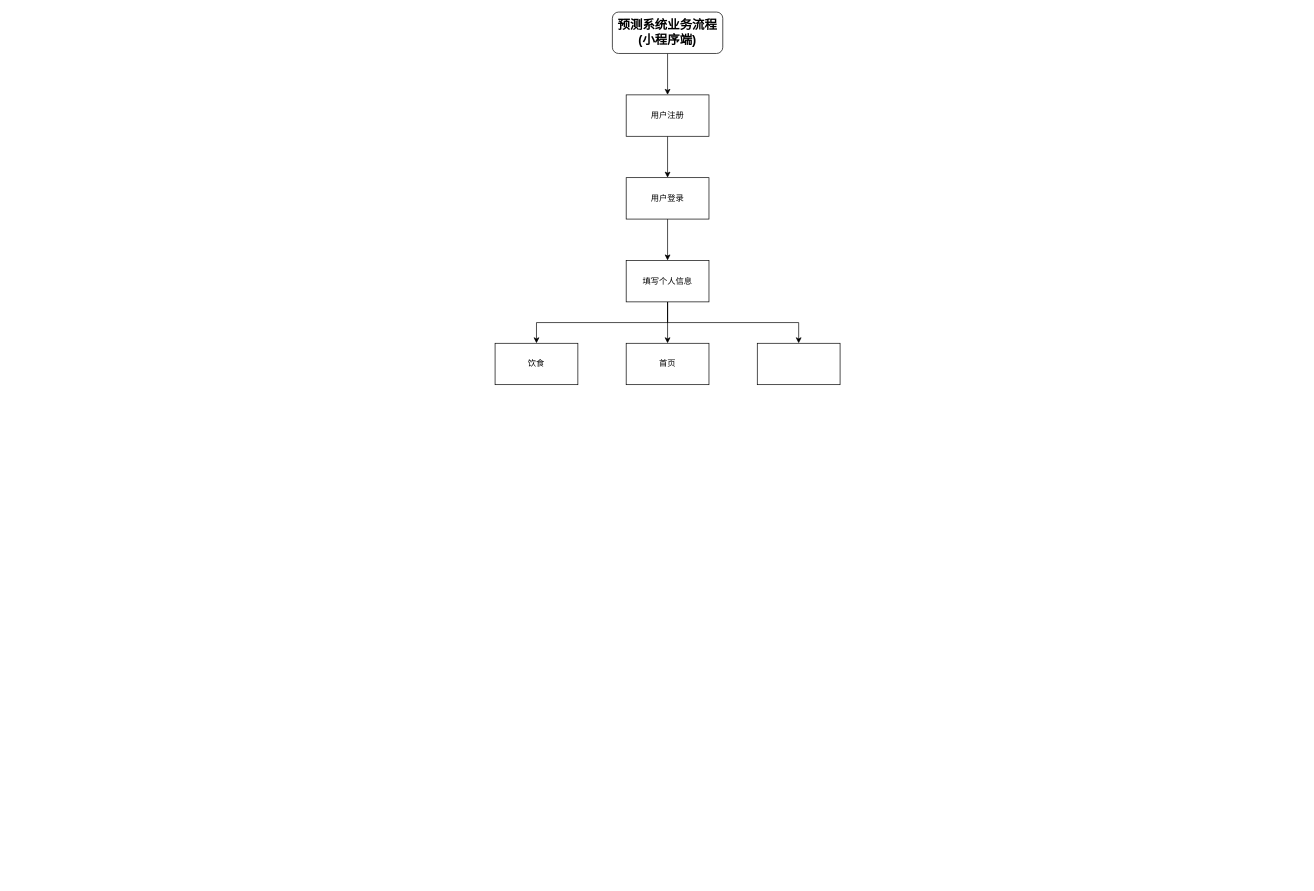
18501426092/18501426092 keeps this draw.io diagram as 未命名绘图.drawio. Above is the earlier version. Source tidied: cells renumbered, new cells numbered last; positions are measured from the earlier drawing's top-left corner, leaving out a move shared by most shapes. Both pictures are drawn from the tidied source at 69%, with x=0, y=0 at pixel (495, 12).
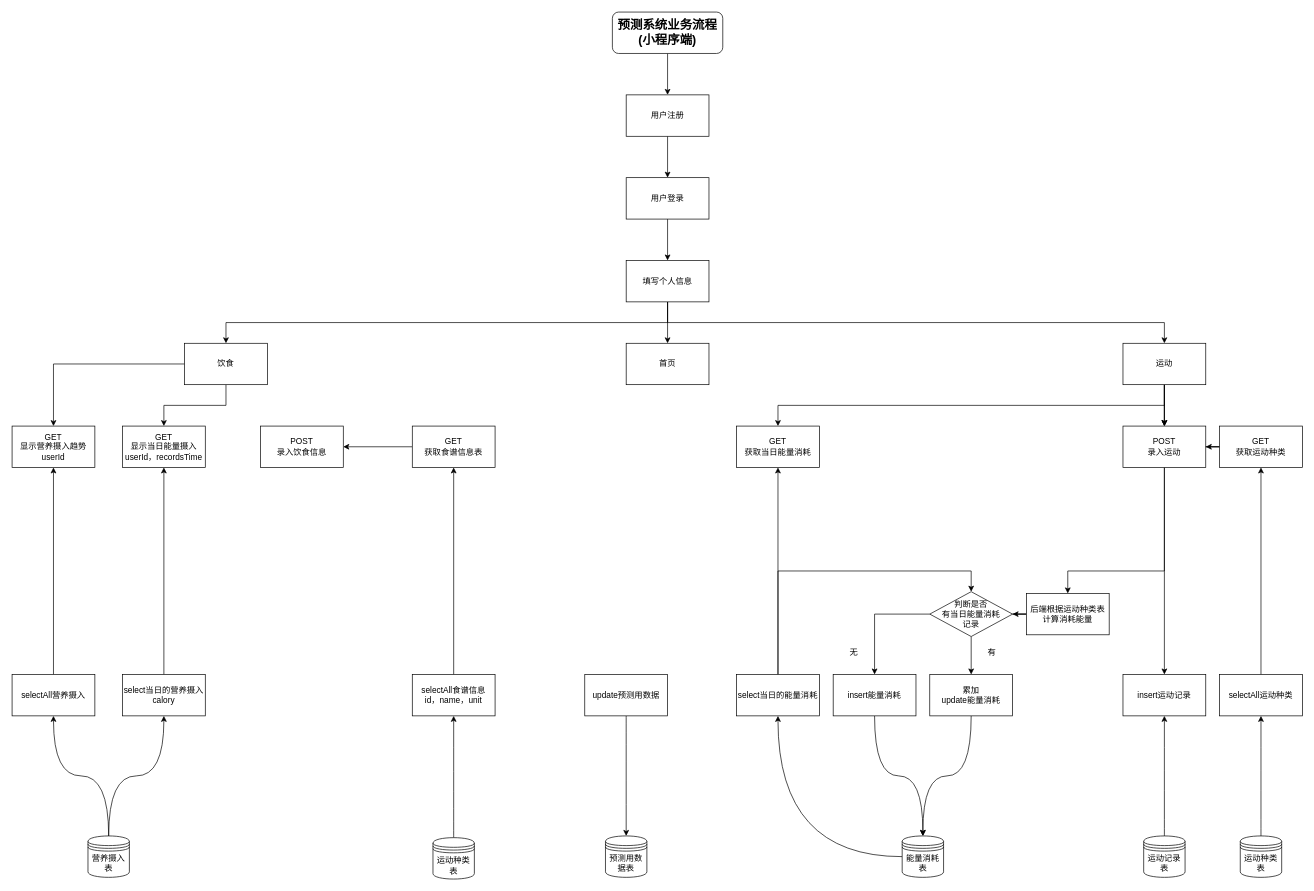
The same page after the edit.

Commit message (it also covers changes not shown here):
更新未命名绘图.drawio

Diff of the diagram source:
```diff
@@
+    <mxCell id="15" style="edgeStyle=orthogonalEdgeStyle;rounded=0;jettySize=auto;html=1;" parent="1" edge="1" source="11" target="21">
+      <mxGeometry relative="1" as="geometry" />
+    </mxCell>
+    <mxCell id="16" style="edgeStyle=orthogonalEdgeStyle;rounded=0;jettySize=auto;html=1;" parent="1" edge="1" source="11" target="24">
+      <mxGeometry relative="1" as="geometry" />
+    </mxCell>
     <mxCell id="11" value="饮食" style="rounded=0;whiteSpace=wrap;html=1;" parent="1" vertex="1">
-      <mxGeometry y="480" width="120" height="60" as="geometry" />
+      <mxGeometry x="-450" y="480" width="120" height="60" as="geometry" />
     </mxCell>
@@
+    <mxCell id="17" style="edgeStyle=orthogonalEdgeStyle;rounded=0;jettySize=auto;html=1;" parent="1" edge="1" source="14" target="32">
+      <mxGeometry relative="1" as="geometry" />
+    </mxCell>
+    <mxCell id="18" style="edgeStyle=orthogonalEdgeStyle;rounded=0;jettySize=auto;html=1;" parent="1" edge="1" source="14" target="32">
+      <mxGeometry relative="1" as="geometry" />
+    </mxCell>
+    <mxCell id="19" style="edgeStyle=orthogonalEdgeStyle;rounded=0;jettySize=auto;html=1;" parent="1" edge="1" source="14" target="32">
+      <mxGeometry relative="1" as="geometry" />
+    </mxCell>
+    <mxCell id="20" style="edgeStyle=orthogonalEdgeStyle;rounded=0;jettySize=auto;html=1;entryX=0.5;entryY=0;entryDx=0;entryDy=0;" parent="1" edge="1" source="14" target="58">
+      <mxGeometry relative="1" as="geometry">
+        <Array as="points">
+          <mxPoint x="970" y="570" />
+          <mxPoint x="410" y="570" />
+        </Array>
+      </mxGeometry>
+    </mxCell>
-    <mxCell id="14" style="rounded=0;whiteSpace=wrap;html=1;" parent="1" vertex="1">
-      <mxGeometry x="380" y="480" width="120" height="60" as="geometry" />
+    <mxCell id="14" value="运动" style="rounded=0;whiteSpace=wrap;html=1;" parent="1" vertex="1">
+      <mxGeometry x="910" y="480" width="120" height="60" as="geometry" />
     </mxCell>
+    <mxCell id="21" value="GET&lt;br&gt;显示营养摄入趋势&lt;br&gt;userId" style="rounded=0;whiteSpace=wrap;html=1;" parent="1" vertex="1">
+      <mxGeometry x="-700" y="600" width="120" height="60" as="geometry" />
+    </mxCell>
+    <mxCell id="22" style="edgeStyle=orthogonalEdgeStyle;rounded=0;jettySize=auto;html=1;entryX=0.5;entryY=1;entryDx=0;entryDy=0;" parent="1" edge="1" source="23" target="21">
+      <mxGeometry relative="1" as="geometry" />
+    </mxCell>
+    <mxCell id="23" value="selectAll营养摄入" style="rounded=0;whiteSpace=wrap;html=1;" parent="1" vertex="1">
+      <mxGeometry x="-700" y="960" width="120" height="60" as="geometry" />
+    </mxCell>
+    <mxCell id="24" value="GET&lt;br&gt;显示当日能量摄入&lt;br&gt;userId，recordsTime" style="rounded=0;whiteSpace=wrap;html=1;" parent="1" vertex="1">
+      <mxGeometry x="-540" y="600" width="120" height="60" as="geometry" />
+    </mxCell>
+    <mxCell id="25" style="edgeStyle=orthogonalEdgeStyle;rounded=0;jettySize=auto;html=1;" parent="1" edge="1" source="26" target="24">
+      <mxGeometry relative="1" as="geometry" />
+    </mxCell>
+    <mxCell id="26" value="select当日的营养摄入&lt;br&gt;calory" style="rounded=0;whiteSpace=wrap;html=1;" parent="1" vertex="1">
+      <mxGeometry x="-540" y="960" width="120" height="60" as="geometry" />
+    </mxCell>
+    <mxCell id="27" style="edgeStyle=orthogonalEdgeStyle;rounded=0;jettySize=auto;html=1;exitX=0.5;exitY=0;exitDx=0;exitDy=0;entryX=0.5;entryY=1;entryDx=0;entryDy=0;curved=1;" parent="1" edge="1" source="29" target="23">
+      <mxGeometry relative="1" as="geometry" />
+    </mxCell>
+    <mxCell id="28" style="edgeStyle=orthogonalEdgeStyle;rounded=0;jettySize=auto;html=1;exitX=0.5;exitY=0;exitDx=0;exitDy=0;curved=1;" parent="1" edge="1" source="29" target="26">
+      <mxGeometry relative="1" as="geometry" />
+    </mxCell>
+    <mxCell id="29" value="营养摄入表" style="shape=datastore;whiteSpace=wrap;html=1;" parent="1" vertex="1">
+      <mxGeometry x="-590" y="1194" width="60" height="60" as="geometry" />
+    </mxCell>
+    <mxCell id="30" style="edgeStyle=orthogonalEdgeStyle;rounded=0;jettySize=auto;html=1;" parent="1" edge="1" source="32" target="39">
+      <mxGeometry relative="1" as="geometry" />
+    </mxCell>
+    <mxCell id="31" style="edgeStyle=orthogonalEdgeStyle;rounded=0;jettySize=auto;html=1;entryX=0.5;entryY=0;entryDx=0;entryDy=0;" parent="1" edge="1" source="32" target="43">
+      <mxGeometry relative="1" as="geometry">
+        <Array as="points">
+          <mxPoint x="970" y="810" />
+          <mxPoint x="830" y="810" />
+        </Array>
+      </mxGeometry>
+    </mxCell>
+    <mxCell id="32" value="POST&lt;br&gt;录入运动" style="rounded=0;whiteSpace=wrap;html=1;" parent="1" vertex="1">
+      <mxGeometry x="910" y="600" width="120" height="60" as="geometry" />
+    </mxCell>
+    <mxCell id="33" style="edgeStyle=orthogonalEdgeStyle;rounded=0;jettySize=auto;html=1;entryX=1;entryY=0.5;entryDx=0;entryDy=0;" parent="1" edge="1" source="34" target="32">
+      <mxGeometry relative="1" as="geometry" />
+    </mxCell>
+    <mxCell id="34" value="GET&lt;br&gt;获取运动种类" style="rounded=0;whiteSpace=wrap;html=1;" parent="1" vertex="1">
+      <mxGeometry x="1050" y="600" width="120" height="60" as="geometry" />
+    </mxCell>
+    <mxCell id="35" style="edgeStyle=orthogonalEdgeStyle;rounded=0;jettySize=auto;html=1;entryX=0.5;entryY=1;entryDx=0;entryDy=0;" parent="1" edge="1" source="36" target="34">
+      <mxGeometry relative="1" as="geometry" />
+    </mxCell>
+    <mxCell id="36" value="selectAll运动种类" style="rounded=0;whiteSpace=wrap;html=1;" parent="1" vertex="1">
+      <mxGeometry x="1050" y="960" width="120" height="60" as="geometry" />
+    </mxCell>
+    <mxCell id="37" style="edgeStyle=orthogonalEdgeStyle;rounded=0;jettySize=auto;html=1;exitX=0.5;exitY=0;exitDx=0;exitDy=0;entryX=0.5;entryY=1;entryDx=0;entryDy=0;curved=1;" parent="1" edge="1" source="38" target="36">
+      <mxGeometry relative="1" as="geometry" />
+    </mxCell>
+    <mxCell id="38" value="运动种类表" style="shape=datastore;whiteSpace=wrap;html=1;" parent="1" vertex="1">
+      <mxGeometry x="1080" y="1194" width="60" height="60" as="geometry" />
+    </mxCell>
+    <mxCell id="39" value="insert运动记录" style="rounded=0;whiteSpace=wrap;html=1;" parent="1" vertex="1">
+      <mxGeometry x="910" y="960" width="120" height="60" as="geometry" />
+    </mxCell>
+    <mxCell id="40" style="edgeStyle=orthogonalEdgeStyle;rounded=0;jettySize=auto;html=1;entryX=0.5;entryY=1;entryDx=0;entryDy=0;curved=1;" parent="1" edge="1" source="41" target="39">
+      <mxGeometry relative="1" as="geometry" />
+    </mxCell>
+    <mxCell id="41" value="运动记录表" style="shape=datastore;whiteSpace=wrap;html=1;" parent="1" vertex="1">
+      <mxGeometry x="940" y="1194" width="60" height="60" as="geometry" />
+    </mxCell>
+    <mxCell id="42" style="edgeStyle=orthogonalEdgeStyle;rounded=0;jettySize=auto;html=1;entryX=1;entryY=0.5;entryDx=0;entryDy=0;" parent="1" edge="1" source="43" target="46">
+      <mxGeometry relative="1" as="geometry" />
+    </mxCell>
+    <mxCell id="43" value="后端根据运动种类表计算消耗能量" style="rounded=0;whiteSpace=wrap;html=1;" parent="1" vertex="1">
+      <mxGeometry x="770" y="842.5" width="120" height="60" as="geometry" />
+    </mxCell>
+    <mxCell id="44" style="edgeStyle=orthogonalEdgeStyle;rounded=0;jettySize=auto;html=1;" parent="1" edge="1" source="46" target="53">
+      <mxGeometry relative="1" as="geometry" />
+    </mxCell>
+    <mxCell id="45" style="edgeStyle=orthogonalEdgeStyle;rounded=0;jettySize=auto;html=1;" parent="1" edge="1" source="46" target="56">
+      <mxGeometry relative="1" as="geometry" />
+    </mxCell>
+    <mxCell id="46" value="判断是否&lt;br&gt;有当日能量消耗&lt;br&gt;记录" style="rhombus;whiteSpace=wrap;html=1;" parent="1" vertex="1">
+      <mxGeometry x="630" y="840" width="120" height="65" as="geometry" />
+    </mxCell>
+    <mxCell id="47" style="edgeStyle=orthogonalEdgeStyle;rounded=0;jettySize=auto;html=1;entryX=0.5;entryY=1;entryDx=0;entryDy=0;" parent="1" edge="1" source="49" target="58">
+      <mxGeometry relative="1" as="geometry" />
+    </mxCell>
+    <mxCell id="48" style="edgeStyle=orthogonalEdgeStyle;rounded=0;jettySize=auto;html=1;entryX=0.5;entryY=0;entryDx=0;entryDy=0;" parent="1" edge="1" source="49" target="46">
+      <mxGeometry relative="1" as="geometry">
+        <Array as="points">
+          <mxPoint x="410" y="810" />
+          <mxPoint x="690" y="810" />
+        </Array>
+      </mxGeometry>
+    </mxCell>
+    <mxCell id="49" value="select当日的能量消耗" style="rounded=0;whiteSpace=wrap;html=1;" parent="1" vertex="1">
+      <mxGeometry x="350" y="960" width="120" height="60" as="geometry" />
+    </mxCell>
+    <mxCell id="50" style="edgeStyle=orthogonalEdgeStyle;rounded=0;jettySize=auto;html=1;curved=1;" parent="1" edge="1" source="51" target="49">
+      <mxGeometry relative="1" as="geometry" />
+    </mxCell>
+    <mxCell id="51" value="能量消耗表" style="shape=datastore;whiteSpace=wrap;html=1;" parent="1" vertex="1">
+      <mxGeometry x="590" y="1194" width="60" height="60" as="geometry" />
+    </mxCell>
+    <mxCell id="52" style="edgeStyle=orthogonalEdgeStyle;rounded=0;jettySize=auto;html=1;entryX=0.5;entryY=0;entryDx=0;entryDy=0;curved=1;" parent="1" edge="1" source="53" target="51">
+      <mxGeometry relative="1" as="geometry" />
+    </mxCell>
+    <mxCell id="53" value="累加&lt;br&gt;update能量消耗" style="whiteSpace=wrap;html=1;" parent="1" vertex="1">
+      <mxGeometry x="630" y="960" width="120" height="60" as="geometry" />
+    </mxCell>
+    <mxCell id="54" value="有" style="text;html=1;strokeColor=none;fillColor=none;align=center;verticalAlign=middle;whiteSpace=wrap;rounded=0;" parent="1" vertex="1">
+      <mxGeometry x="690" y="912.5" width="60" height="30" as="geometry" />
+    </mxCell>
+    <mxCell id="55" style="edgeStyle=orthogonalEdgeStyle;rounded=0;jettySize=auto;html=1;entryX=0.5;entryY=0;entryDx=0;entryDy=0;curved=1;" parent="1" edge="1" source="56" target="51">
+      <mxGeometry relative="1" as="geometry" />
+    </mxCell>
+    <mxCell id="56" value="insert能量消耗" style="whiteSpace=wrap;html=1;" parent="1" vertex="1">
+      <mxGeometry x="490" y="960" width="120" height="60" as="geometry" />
+    </mxCell>
+    <mxCell id="57" value="无" style="text;html=1;strokeColor=none;fillColor=none;align=center;verticalAlign=middle;whiteSpace=wrap;rounded=0;" parent="1" vertex="1">
+      <mxGeometry x="490" y="912.5" width="60" height="30" as="geometry" />
+    </mxCell>
+    <mxCell id="58" value="GET&lt;br&gt;获取当日能量消耗" style="whiteSpace=wrap;html=1;rounded=0;" parent="1" vertex="1">
+      <mxGeometry x="350" y="600" width="120" height="60" as="geometry" />
+    </mxCell>
+    <mxCell id="59" style="edgeStyle=orthogonalEdgeStyle;rounded=0;jettySize=auto;html=1;exitX=0;exitY=0.5;exitDx=0;exitDy=0;entryX=1;entryY=0.5;entryDx=0;entryDy=0;" parent="1" edge="1" source="60" target="65">
+      <mxGeometry relative="1" as="geometry" />
+    </mxCell>
+    <mxCell id="60" value="GET&lt;br&gt;获取食谱信息表" style="rounded=0;whiteSpace=wrap;html=1;" parent="1" vertex="1">
+      <mxGeometry x="-120" y="600" width="120" height="60" as="geometry" />
+    </mxCell>
+    <mxCell id="61" style="edgeStyle=orthogonalEdgeStyle;rounded=0;jettySize=auto;html=1;entryX=0.5;entryY=1;entryDx=0;entryDy=0;" parent="1" edge="1" source="62" target="60">
+      <mxGeometry relative="1" as="geometry" />
+    </mxCell>
+    <mxCell id="62" value="selectAll食谱信息&lt;br&gt;id，name，unit" style="rounded=0;whiteSpace=wrap;html=1;" parent="1" vertex="1">
+      <mxGeometry x="-120" y="960" width="120" height="60" as="geometry" />
+    </mxCell>
+    <mxCell id="63" style="edgeStyle=orthogonalEdgeStyle;rounded=0;jettySize=auto;html=1;exitX=0.5;exitY=0;exitDx=0;exitDy=0;entryX=0.5;entryY=1;entryDx=0;entryDy=0;curved=1;" parent="1" edge="1" source="64" target="62">
+      <mxGeometry relative="1" as="geometry" />
+    </mxCell>
+    <mxCell id="64" value="运动种类表" style="shape=datastore;whiteSpace=wrap;html=1;" parent="1" vertex="1">
+      <mxGeometry x="-90" y="1196.5" width="60" height="60" as="geometry" />
+    </mxCell>
+    <mxCell id="65" value="POST&lt;br&gt;录入饮食信息" style="rounded=0;whiteSpace=wrap;html=1;" parent="1" vertex="1">
+      <mxGeometry x="-340" y="600" width="120" height="60" as="geometry" />
+    </mxCell>
+    <mxCell id="66" value="预测用数据表" style="shape=datastore;whiteSpace=wrap;html=1;" parent="1" vertex="1">
+      <mxGeometry x="160" y="1194" width="60" height="60" as="geometry" />
+    </mxCell>
+    <mxCell id="67" style="edgeStyle=orthogonalEdgeStyle;rounded=0;jettySize=auto;html=1;entryX=0.5;entryY=0;entryDx=0;entryDy=0;curved=1;" parent="1" edge="1" source="68" target="66">
+      <mxGeometry relative="1" as="geometry" />
+    </mxCell>
+    <mxCell id="68" value="update预测用数据" style="rounded=0;whiteSpace=wrap;html=1;" parent="1" vertex="1">
+      <mxGeometry x="130" y="960" width="120" height="60" as="geometry" />
+    </mxCell>
```
